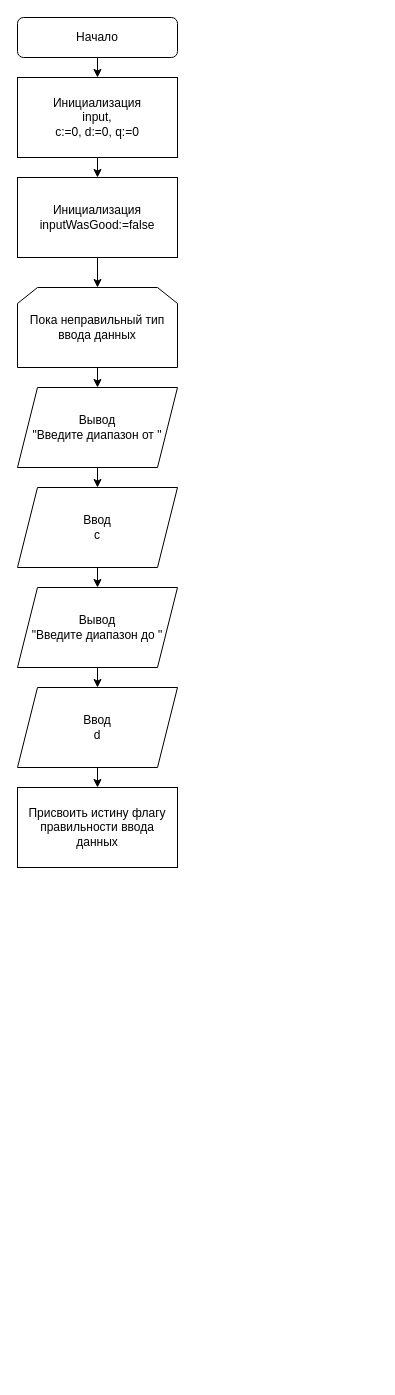
Before: Untitled Diagram.drawio in Bagdasaryan/Bagdasaryan, a draw.io diagram. Source tidied: cells renumbered, new cells numbered last; positions are measured from the earlier drawing's top-left corner, leaving out a move shared by most shapes. Both pictures are drawn from the tidied source at 100%, with x=0, y=0 at pixel (17, 17).
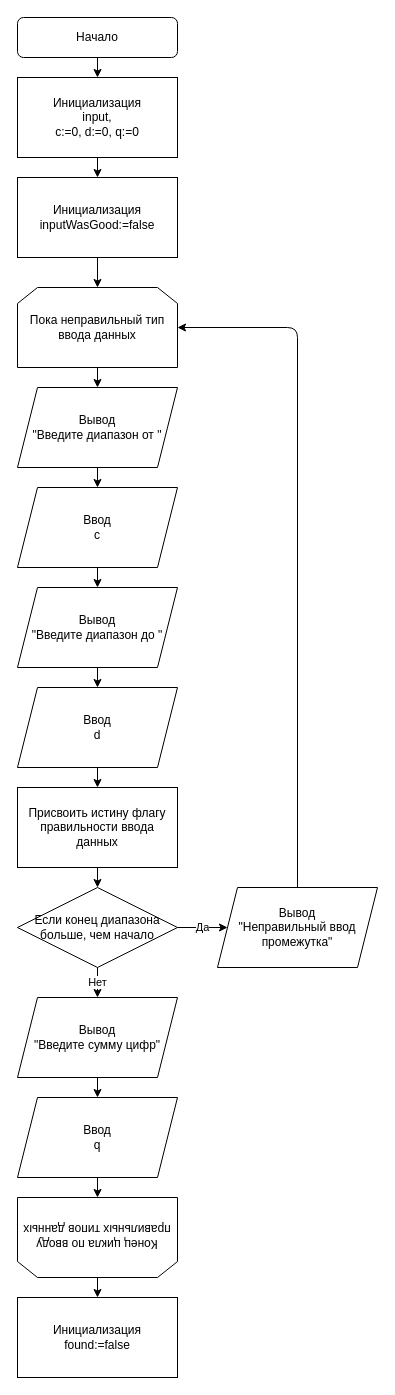
Above is the later version.

Unchanged cells that the change refers to:
```xml
<mxCell id="7" value="Пока неправильный тип ввода данных" style="shape=loopLimit;whiteSpace=wrap;html=1;" parent="1" vertex="1">
  <mxGeometry y="270" width="160" height="80" as="geometry" />
</mxCell>
<mxCell id="17" value="Присвоить истину флагу правильности ввода данных" style="rounded=0;whiteSpace=wrap;html=1;" parent="1" vertex="1">
  <mxGeometry y="770" width="160" height="80" as="geometry" />
</mxCell>
```

The edit, as a diff of the source:
```diff
@@
+    <mxCell id="19" value="Если конец диапазона больше, чем начало" style="rhombus;whiteSpace=wrap;html=1;" parent="1" vertex="1">
+      <mxGeometry y="870" width="160" height="80" as="geometry" />
+    </mxCell>
+    <mxCell id="20" style="endArrow=classic;html=1;exitX=0.5;exitY=1;exitDx=0;exitDy=0;entryX=0.5;entryY=0;entryDx=0;entryDy=0;" parent="1" edge="1" source="17" target="19">
+      <mxGeometry relative="1" as="geometry" />
+    </mxCell>
+    <mxCell id="21" value="Да" style="endArrow=classic;html=1;exitX=1;exitY=0.5;exitDx=0;exitDy=0;" parent="1" edge="1" source="19" target="22">
+      <mxGeometry relative="1" as="geometry" />
+    </mxCell>
+    <mxCell id="22" value="Вывод&lt;br&gt;&quot;Неправильный ввод промежутка&quot;" style="shape=parallelogram;perimeter=parallelogramPerimeter;whiteSpace=wrap;html=1;fixedSize=1;" parent="1" vertex="1">
+      <mxGeometry x="200" y="870" width="160" height="80" as="geometry" />
+    </mxCell>
+    <mxCell id="23" style="endArrow=classic;html=1;exitX=0.5;exitY=0;exitDx=0;exitDy=0;entryX=1;entryY=0.5;entryDx=0;entryDy=0;" parent="1" edge="1" source="22" target="7">
+      <mxGeometry relative="1" as="geometry">
+        <Array as="points">
+          <mxPoint x="280" y="310" />
+        </Array>
+      </mxGeometry>
+    </mxCell>
+    <mxCell id="24" value="Нет" style="endArrow=classic;html=1;exitX=0.5;exitY=1;exitDx=0;exitDy=0;entryX=0.5;entryY=0;entryDx=0;entryDy=0;" parent="1" edge="1" source="19" target="25">
+      <mxGeometry relative="1" as="geometry" />
+    </mxCell>
+    <mxCell id="25" value="Вывод&lt;br&gt;&quot;Введите сумму цифр&quot;" style="shape=parallelogram;perimeter=parallelogramPerimeter;whiteSpace=wrap;html=1;fixedSize=1;" parent="1" vertex="1">
+      <mxGeometry y="980" width="160" height="80" as="geometry" />
+    </mxCell>
+    <mxCell id="26" value="Ввод&lt;br&gt;q" style="shape=parallelogram;perimeter=parallelogramPerimeter;whiteSpace=wrap;html=1;fixedSize=1;" parent="1" vertex="1">
+      <mxGeometry y="1080" width="160" height="80" as="geometry" />
+    </mxCell>
+    <mxCell id="27" style="endArrow=classic;html=1;exitX=0.5;exitY=1;exitDx=0;exitDy=0;entryX=0.5;entryY=0;entryDx=0;entryDy=0;" parent="1" edge="1" source="25" target="26">
+      <mxGeometry relative="1" as="geometry" />
+    </mxCell>
+    <mxCell id="28" value="Конец цикла по вводу правильных типов данных" style="shape=loopLimit;whiteSpace=wrap;html=1;rotation=-180;" parent="1" vertex="1">
+      <mxGeometry y="1180" width="160" height="80" as="geometry" />
+    </mxCell>
+    <mxCell id="29" style="endArrow=classic;html=1;exitX=0.5;exitY=1;exitDx=0;exitDy=0;entryX=0.5;entryY=1;entryDx=0;entryDy=0;" parent="1" edge="1" source="26" target="28">
+      <mxGeometry relative="1" as="geometry" />
+    </mxCell>
+    <mxCell id="30" value="Инициализация&lt;br&gt;found:=false" style="rounded=0;whiteSpace=wrap;html=1;" parent="1" vertex="1">
+      <mxGeometry y="1280" width="160" height="80" as="geometry" />
+    </mxCell>
+    <mxCell id="31" style="endArrow=classic;html=1;exitX=0.5;exitY=0;exitDx=0;exitDy=0;entryX=0.5;entryY=0;entryDx=0;entryDy=0;" parent="1" edge="1" source="28" target="30">
+      <mxGeometry relative="1" as="geometry" />
+    </mxCell>
```
